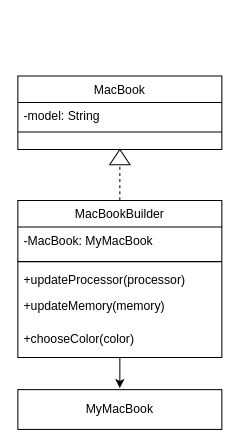
Earlier version of the draw.io diagram page "Builder" (4 of 5) of UML Diagrams.drawio (victor2996/Patterns). Source tidied: cells renumbered, new cells numbered last; positions are measured from the earlier drawing's top-left corner, leaving out a move shared by most shapes. Both pictures are drawn from the tidied source at 102%, with x=0, y=0 at pixel (17, 75).
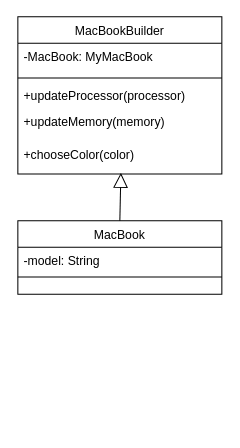
The same diagram, later.

The edit, as a diff of the source:
```diff
@@
 <mxGraphModel>
   <root>
     <mxCell id="0" />
     <mxCell id="1" parent="0" />
     <mxCell id="2" value="MacBookBuilder" style="swimlane;fontStyle=0;align=center;verticalAlign=top;horizontal=1;startSize=26;rounded=0;shadow=0;strokeWidth=1;" parent="1" vertex="1">
-      <mxGeometry y="122" width="200" height="154" as="geometry" />
+      <mxGeometry y="-58" width="200" height="154" as="geometry" />
     </mxCell>
     <mxCell id="3" value="-MacBook: MyMacBook" style="text;align=left;verticalAlign=top;spacingLeft=4;spacingRight=4;overflow=hidden;" parent="2" vertex="1">
       <mxGeometry y="26" width="200" height="30" as="geometry" />
     </mxCell>
     <mxCell id="4" style="line;html=1;strokeWidth=1;align=left;verticalAlign=middle;spacingTop=-1;spacingLeft=3;spacingRight=3;labelPosition=right;" parent="2" vertex="1">
       <mxGeometry y="56" width="200" height="8" as="geometry" />
     </mxCell>
     <mxCell id="5" value="+updateProcessor(processor)" style="text;align=left;verticalAlign=top;spacingLeft=4;spacingRight=4;overflow=hidden;" parent="2" vertex="1">
       <mxGeometry y="64" width="200" height="26" as="geometry" />
     </mxCell>
     <mxCell id="6" value="+updateMemory(memory)" style="text;align=left;verticalAlign=top;spacingLeft=4;spacingRight=4;overflow=hidden;" parent="2" vertex="1">
       <mxGeometry y="90" width="200" height="32" as="geometry" />
     </mxCell>
     <mxCell id="7" value="+chooseColor(color)" style="text;align=left;verticalAlign=top;spacingLeft=4;spacingRight=4;overflow=hidden;points=[[0,0.5],[1,0.5]];portConstraint=eastwest;" parent="2" vertex="1">
       <mxGeometry y="122" width="200" height="32" as="geometry" />
     </mxCell>
-    <mxCell id="8" style="triangle;whiteSpace=wrap;html=1;direction=north;labelBackgroundColor=none;labelBorderColor=none;" parent="1" vertex="1">
-      <mxGeometry x="90" y="72" width="20" height="15" as="geometry" />
-    </mxCell>
-    <mxCell id="9" style="endArrow=none;dashed=1;html=1;labelBackgroundColor=#ffffff;fontColor=#000000;entryX=0;entryY=0.5;entryDx=0;entryDy=0;" parent="1" edge="1" target="8">
-      <mxGeometry relative="1" as="geometry">
-        <mxPoint x="100" y="122" as="sourcePoint" />
-      </mxGeometry>
-    </mxCell>
     <mxCell id="10" value="MacBook" style="swimlane;fontStyle=0;align=center;verticalAlign=top;horizontal=1;startSize=26;rounded=0;shadow=0;strokeWidth=1;" parent="1" vertex="1">
-      <mxGeometry width="200" height="72" as="geometry" />
+      <mxGeometry y="142" width="200" height="72" as="geometry" />
     </mxCell>
     <mxCell id="11" value="-model: String" style="text;align=left;verticalAlign=top;spacingLeft=4;spacingRight=4;overflow=hidden;" parent="10" vertex="1">
       <mxGeometry y="26" width="200" height="26" as="geometry" />
     </mxCell>
     <mxCell id="12" style="line;html=1;strokeWidth=1;align=left;verticalAlign=middle;spacingTop=-1;spacingLeft=3;spacingRight=3;labelPosition=right;" parent="10" vertex="1">
       <mxGeometry y="52" width="200" height="6" as="geometry" />
     </mxCell>
-    <mxCell id="13" style="rounded=0;whiteSpace=wrap;html=1;labelBackgroundColor=none;fontColor=#000000;" parent="1" vertex="1">
-      <mxGeometry y="307.5" width="200" height="39" as="geometry" />
-    </mxCell>
-    <mxCell id="14" value="MyMacBook" style="text;html=1;strokeColor=none;fillColor=none;align=center;verticalAlign=middle;whiteSpace=wrap;rounded=0;labelBackgroundColor=none;fontColor=#000000;" parent="1" vertex="1">
-      <mxGeometry x="80" y="317" width="40" height="20" as="geometry" />
-    </mxCell>
-    <mxCell id="15" style="endArrow=classic;html=1;labelBackgroundColor=#ffffff;fontColor=#000000;" parent="1" edge="1">
-      <mxGeometry relative="1" as="geometry">
-        <mxPoint x="100" y="276" as="sourcePoint" />
-        <mxPoint x="100" y="306" as="targetPoint" />
-      </mxGeometry>
-    </mxCell>
+    <mxCell id="16" style="endArrow=block;endFill=0;endSize=12;html=1;exitX=0.5;exitY=0;exitDx=0;exitDy=0;entryX=0.505;entryY=0.969;entryDx=0;entryDy=0;entryPerimeter=0;" parent="1" edge="1" source="10" target="7">
+      <mxGeometry relative="1" as="geometry" />
+    </mxCell>
   </root>
 </mxGraphModel>
```
